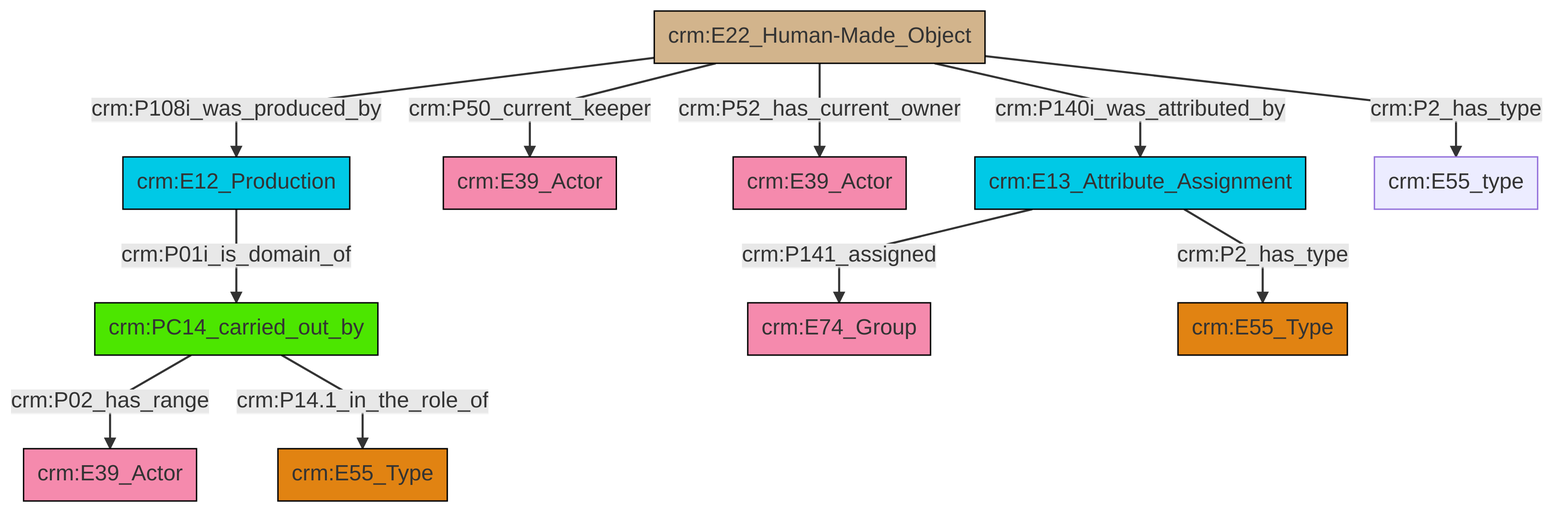
swiss-art-research-net/reference-data-models keeps this Mermaid diagram as et/artworkCSV/ttl/mmd/png/Artwork_Actor_Relations.png. Above is the earlier version. Its source is kept beside it as et/artworkCSV/ttl/mmd/Artwork_Actor_Relations.ttl.mmd.
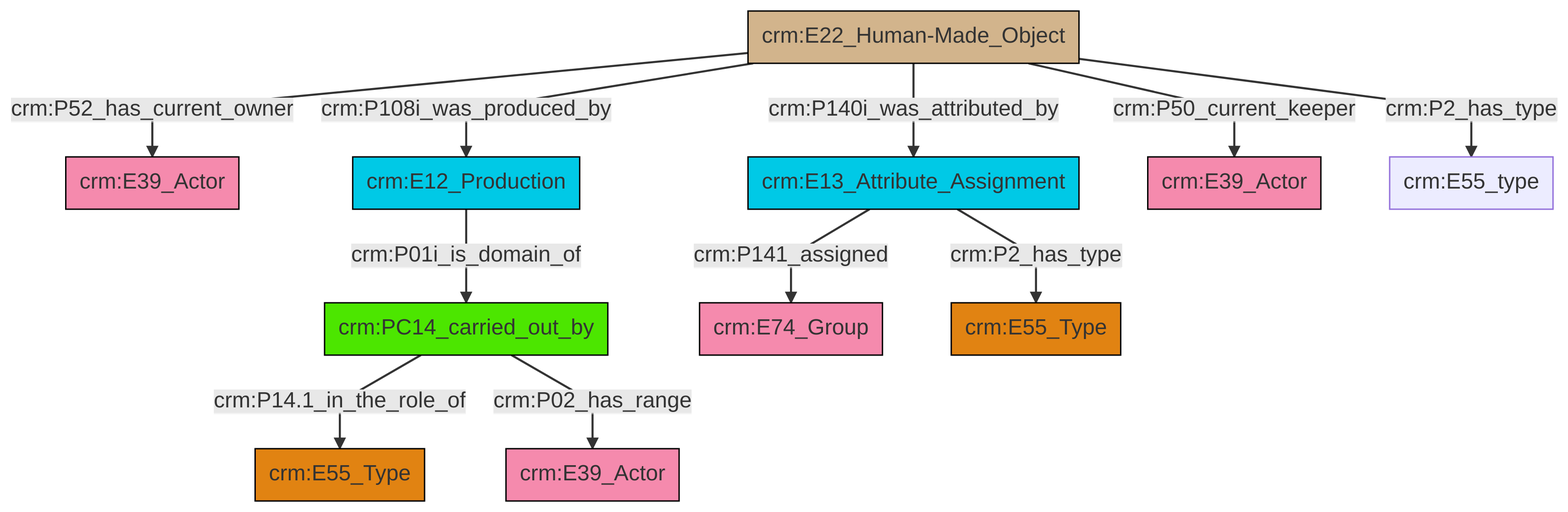
The same file after the commit.

Change to the diagram source:
```diff
@@ -13,13 +13,13 @@
 classDef PC_Classes fill:#4ce600, stroke:#000000;
 classDef Multi fill:#cccccc,stroke:#000000;
 
-2["crm:PC14_carried_out_by"]:::PC_Classes -->|crm:P02_has_range| 3["crm:E39_Actor"]:::Actor
-0["crm:E13_Attribute_Assignment"]:::Temporal_Entity -->|crm:P141_assigned| 4["crm:E74_Group"]:::Actor
-8["crm:E22_Human-Made_Object"]:::Physical_Thing -->|crm:P50_current_keeper| 9["crm:E39_Actor"]:::Actor
-8["crm:E22_Human-Made_Object"]:::Physical_Thing -->|crm:P108i_was_produced_by| 12["crm:E12_Production"]:::Temporal_Entity
-8["crm:E22_Human-Made_Object"]:::Physical_Thing -->|crm:P52_has_current_owner| 10["crm:E39_Actor"]:::Actor
-8["crm:E22_Human-Made_Object"]:::Physical_Thing -->|crm:P2_has_type| 14["crm:E55_type"]:::Default
-0["crm:E13_Attribute_Assignment"]:::Temporal_Entity -->|crm:P2_has_type| 17["crm:E55_Type"]:::Type
-12["crm:E12_Production"]:::Temporal_Entity -->|crm:P01i_is_domain_of| 2["crm:PC14_carried_out_by"]:::PC_Classes
-2["crm:PC14_carried_out_by"]:::PC_Classes -->|crm:P14.1_in_the_role_of| 6["crm:E55_Type"]:::Type
-8["crm:E22_Human-Made_Object"]:::Physical_Thing -->|crm:P140i_was_attributed_by| 0["crm:E13_Attribute_Assignment"]:::Temporal_Entity
+2["crm:E12_Production"]:::Temporal_Entity -->|crm:P01i_is_domain_of| 3["crm:PC14_carried_out_by"]:::PC_Classes
+4["crm:E13_Attribute_Assignment"]:::Temporal_Entity -->|crm:P141_assigned| 5["crm:E74_Group"]:::Actor
+6["crm:E22_Human-Made_Object"]:::Physical_Thing -->|crm:P52_has_current_owner| 0["crm:E39_Actor"]:::Actor
+6["crm:E22_Human-Made_Object"]:::Physical_Thing -->|crm:P108i_was_produced_by| 2["crm:E12_Production"]:::Temporal_Entity
+6["crm:E22_Human-Made_Object"]:::Physical_Thing -->|crm:P50_current_keeper| 11["crm:E39_Actor"]:::Actor
+6["crm:E22_Human-Made_Object"]:::Physical_Thing -->|crm:P140i_was_attributed_by| 4["crm:E13_Attribute_Assignment"]:::Temporal_Entity
+3["crm:PC14_carried_out_by"]:::PC_Classes -->|crm:P14.1_in_the_role_of| 14["crm:E55_Type"]:::Type
+3["crm:PC14_carried_out_by"]:::PC_Classes -->|crm:P02_has_range| 7["crm:E39_Actor"]:::Actor
+6["crm:E22_Human-Made_Object"]:::Physical_Thing -->|crm:P2_has_type| 17["crm:E55_type"]:::Default
+4["crm:E13_Attribute_Assignment"]:::Temporal_Entity -->|crm:P2_has_type| 20["crm:E55_Type"]:::Type
```
